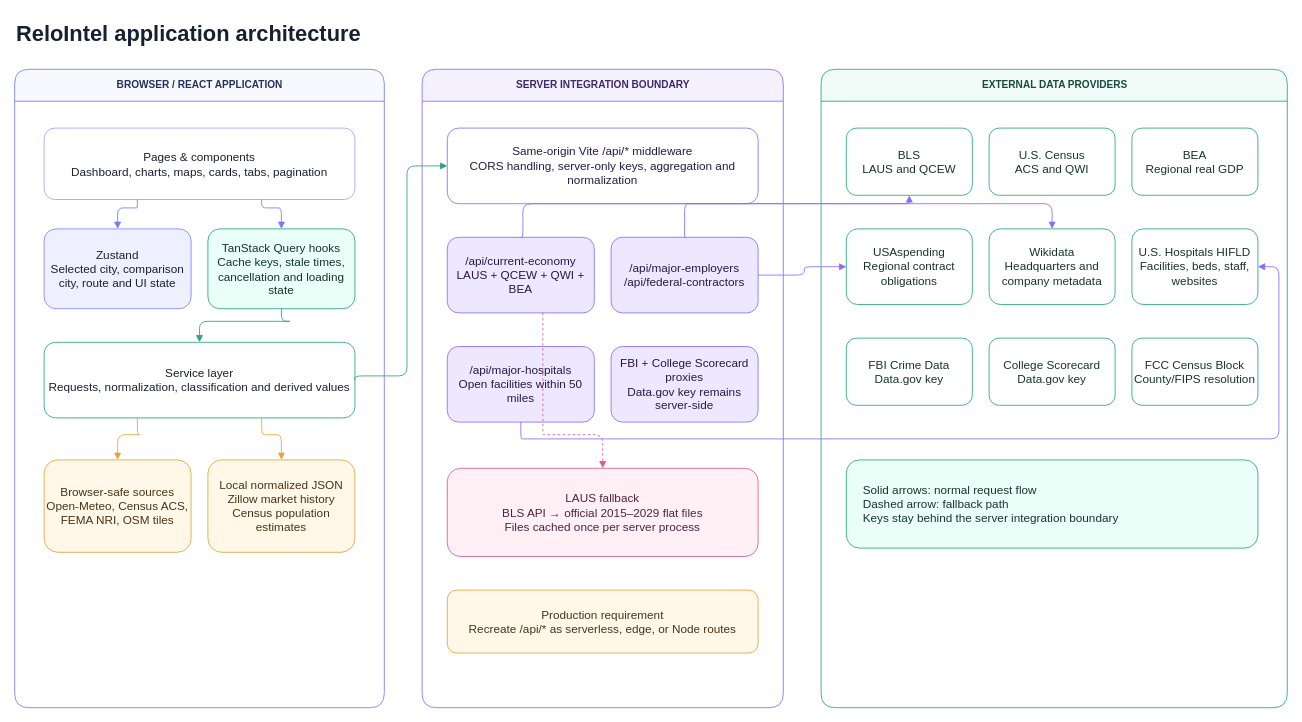
Above: docs/homeintel-architecture.drawio in Ethanlloyd21/homeIntel (draw.io), before the change. Source tidied: cells renumbered, new cells numbered last; positions are measured from the earlier drawing's top-left corner, leaving out a move shared by most shapes. Both pictures are drawn from the tidied source at 84%, with x=0, y=0 at pixel (14, 14).
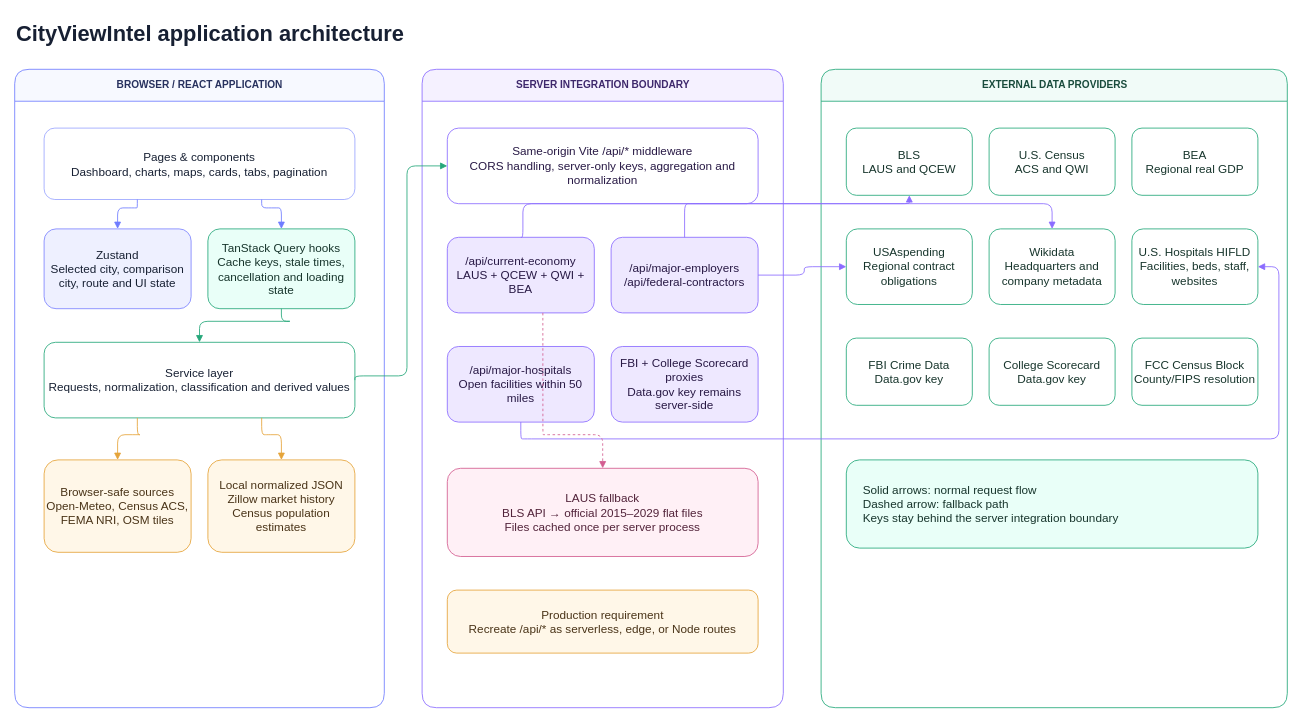
Above is the later version.

The edit, as a diff of the source:
```diff
@@
-    <mxCell id="2" value="ReloIntel application architecture" style="text;html=1;fontSize=26;fontStyle=1;fontColor=#172033;align=left;verticalAlign=middle;" parent="1" vertex="1">
+    <mxCell id="2" value="CityViewIntel application architecture" style="text;html=1;fontSize=26;fontStyle=1;fontColor=#172033;align=left;verticalAlign=middle;" parent="1" vertex="1">
       <mxGeometry width="600" height="45" as="geometry" />
     </mxCell>
```
